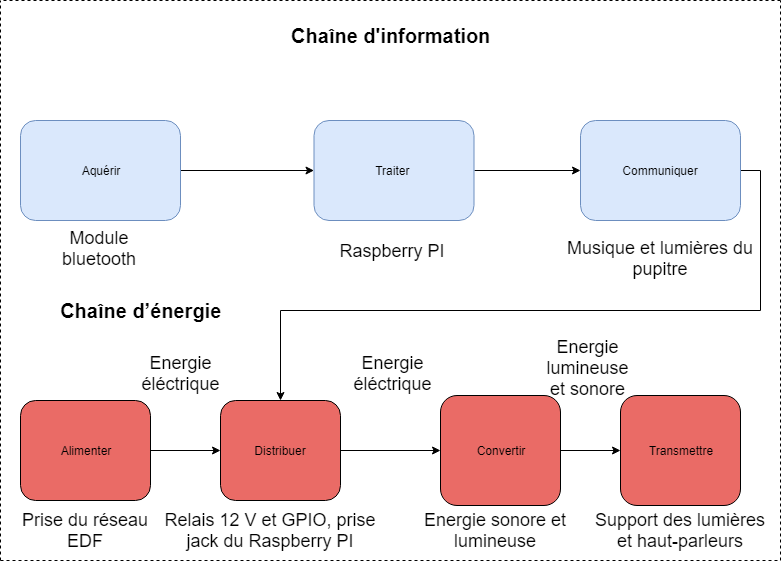
This is .gitbook/assets/chaine-info-energie.png from Reachip/pupitre-docs, a draw.io export, as it was before one commit. Source tidied: cells renumbered, new cells last; positions are measured from the earlier drawing's top-left corner, leaving out a move shared by most shapes. Source of this version:
```xml
<mxGraphModel>
  <root>
    <mxCell id="0" />
    <mxCell id="1" parent="0" />
    <mxCell id="2" style="edgeStyle=orthogonalEdgeStyle;rounded=0;html=1;exitX=1;exitY=0.5;exitDx=0;exitDy=0;jettySize=auto;" parent="1" edge="1" source="3" target="7">
      <mxGeometry relative="1" as="geometry" />
    </mxCell>
    <mxCell id="3" value="Traiter&amp;nbsp;" style="rounded=1;whiteSpace=wrap;html=1;fillColor=#dae8fc;strokeColor=#6c8ebf;" parent="1" vertex="1">
      <mxGeometry x="313.5" y="120" width="160" height="100" as="geometry" />
    </mxCell>
    <mxCell id="4" style="edgeStyle=orthogonalEdgeStyle;rounded=0;html=1;exitX=1;exitY=0.5;exitDx=0;exitDy=0;jettySize=auto;" parent="1" edge="1" source="5" target="3">
      <mxGeometry relative="1" as="geometry" />
    </mxCell>
    <mxCell id="5" value="Aquérir" style="rounded=1;whiteSpace=wrap;html=1;fillColor=#dae8fc;strokeColor=#6c8ebf;" parent="1" vertex="1">
      <mxGeometry x="20" y="120" width="160" height="100" as="geometry" />
    </mxCell>
    <mxCell id="6" style="edgeStyle=orthogonalEdgeStyle;rounded=0;html=1;exitX=1;exitY=0.5;exitDx=0;exitDy=0;entryX=0.5;entryY=0;entryDx=0;entryDy=0;jettySize=auto;" parent="1" edge="1" source="7" target="18">
      <mxGeometry relative="1" as="geometry" />
    </mxCell>
    <mxCell id="7" value="Communiquer" style="rounded=1;whiteSpace=wrap;html=1;fillColor=#dae8fc;strokeColor=#6c8ebf;" parent="1" vertex="1">
      <mxGeometry x="580" y="120" width="160" height="100" as="geometry" />
    </mxCell>
    <mxCell id="8" value="&lt;font style=&quot;font-size: 20px&quot;&gt;&lt;b&gt;Chaîne d'information&amp;nbsp;&lt;/b&gt;&lt;/font&gt;" style="text;html=1;strokeColor=none;fillColor=none;align=center;verticalAlign=middle;whiteSpace=wrap;rounded=0;" parent="1" vertex="1">
      <mxGeometry x="270" width="247" height="70" as="geometry" />
    </mxCell>
    <mxCell id="9" value="&lt;font style=&quot;font-size: 18px&quot;&gt;Module bluetooth&lt;/font&gt;" style="text;html=1;strokeColor=none;fillColor=none;align=center;verticalAlign=middle;whiteSpace=wrap;rounded=0;" parent="1" vertex="1">
      <mxGeometry x="34" y="237.5" width="130" height="20" as="geometry" />
    </mxCell>
    <mxCell id="10" value="&lt;font style=&quot;font-size: 18px&quot;&gt;&amp;nbsp;Raspberry PI&lt;/font&gt;" style="text;html=1;strokeColor=none;fillColor=none;align=center;verticalAlign=middle;whiteSpace=wrap;rounded=0;" parent="1" vertex="1">
      <mxGeometry x="329" y="230" width="121" height="40" as="geometry" />
    </mxCell>
    <mxCell id="11" value="&lt;font style=&quot;font-size: 18px&quot;&gt;Musique et lumières du pupitre&lt;/font&gt;" style="text;html=1;strokeColor=none;fillColor=none;align=center;verticalAlign=middle;whiteSpace=wrap;rounded=0;" parent="1" vertex="1">
      <mxGeometry x="555" y="222.5" width="210" height="70" as="geometry" />
    </mxCell>
    <mxCell id="12" style="endArrow=none;dashed=1;html=1;" parent="1" edge="1">
      <mxGeometry relative="1" as="geometry">
        <mxPoint y="560" as="sourcePoint" />
        <mxPoint as="targetPoint" />
      </mxGeometry>
    </mxCell>
    <mxCell id="13" style="endArrow=none;dashed=1;html=1;" parent="1" edge="1">
      <mxGeometry relative="1" as="geometry">
        <mxPoint x="780" y="560" as="sourcePoint" />
        <mxPoint x="780" as="targetPoint" />
      </mxGeometry>
    </mxCell>
    <mxCell id="14" style="endArrow=none;dashed=1;html=1;" parent="1" edge="1">
      <mxGeometry relative="1" as="geometry">
        <mxPoint x="780" as="sourcePoint" />
        <mxPoint as="targetPoint" />
      </mxGeometry>
    </mxCell>
    <mxCell id="15" style="edgeStyle=orthogonalEdgeStyle;rounded=0;html=1;exitX=1;exitY=0.5;exitDx=0;exitDy=0;jettySize=auto;" parent="1" edge="1" source="16" target="18">
      <mxGeometry relative="1" as="geometry" />
    </mxCell>
    <mxCell id="16" value="Alimenter" style="rounded=1;whiteSpace=wrap;html=1;fillColor=#EA6B66;" parent="1" vertex="1">
      <mxGeometry x="20" y="400" width="130" height="100" as="geometry" />
    </mxCell>
    <mxCell id="17" style="edgeStyle=orthogonalEdgeStyle;rounded=0;html=1;exitX=1;exitY=0.5;exitDx=0;exitDy=0;entryX=0;entryY=0.5;entryDx=0;entryDy=0;jettySize=auto;" parent="1" edge="1" source="18" target="20">
      <mxGeometry relative="1" as="geometry" />
    </mxCell>
    <mxCell id="18" value="Distribuer" style="rounded=1;whiteSpace=wrap;html=1;fillColor=#EA6B66;" parent="1" vertex="1">
      <mxGeometry x="220" y="400" width="120" height="100" as="geometry" />
    </mxCell>
    <mxCell id="19" style="edgeStyle=orthogonalEdgeStyle;rounded=0;html=1;exitX=1;exitY=0.5;exitDx=0;exitDy=0;entryX=0;entryY=0.5;entryDx=0;entryDy=0;jettySize=auto;" parent="1" edge="1" source="20" target="21">
      <mxGeometry relative="1" as="geometry" />
    </mxCell>
    <mxCell id="20" value="Convertir" style="rounded=1;whiteSpace=wrap;html=1;fillColor=#EA6B66;" parent="1" vertex="1">
      <mxGeometry x="440" y="395" width="120" height="110" as="geometry" />
    </mxCell>
    <mxCell id="21" value="Transmettre" style="rounded=1;whiteSpace=wrap;html=1;fillColor=#EA6B66;" parent="1" vertex="1">
      <mxGeometry x="620" y="395" width="120" height="110" as="geometry" />
    </mxCell>
    <mxCell id="22" value="&lt;font style=&quot;font-size: 18px&quot;&gt;Energie éléctrique&lt;/font&gt;" style="text;html=1;strokeColor=none;fillColor=none;align=center;verticalAlign=middle;whiteSpace=wrap;rounded=0;" parent="1" vertex="1">
      <mxGeometry x="132.5" y="345" width="95" height="55" as="geometry" />
    </mxCell>
    <mxCell id="23" value="&lt;font style=&quot;font-size: 18px&quot;&gt;Energie éléctrique&lt;/font&gt;" style="text;html=1;strokeColor=none;fillColor=none;align=center;verticalAlign=middle;whiteSpace=wrap;rounded=0;" parent="1" vertex="1">
      <mxGeometry x="345" y="345" width="95" height="55" as="geometry" />
    </mxCell>
    <mxCell id="24" value="&lt;font style=&quot;font-size: 18px&quot;&gt;Energie lumineuse et sonore&lt;/font&gt;" style="text;html=1;strokeColor=none;fillColor=none;align=center;verticalAlign=middle;whiteSpace=wrap;rounded=0;" parent="1" vertex="1">
      <mxGeometry x="540" y="340" width="95" height="55" as="geometry" />
    </mxCell>
    <mxCell id="25" style="endArrow=none;dashed=1;html=1;" parent="1" edge="1">
      <mxGeometry relative="1" as="geometry">
        <mxPoint y="560" as="sourcePoint" />
        <mxPoint x="780" y="560" as="targetPoint" />
      </mxGeometry>
    </mxCell>
    <mxCell id="26" value="&lt;font style=&quot;font-size: 18px&quot;&gt;Prise du réseau EDF&lt;/font&gt;" style="text;html=1;strokeColor=none;fillColor=none;align=center;verticalAlign=middle;whiteSpace=wrap;rounded=0;" parent="1" vertex="1">
      <mxGeometry x="15" y="510" width="140" height="40" as="geometry" />
    </mxCell>
    <mxCell id="27" value="&lt;font style=&quot;font-size: 18px&quot;&gt;Relais 12 V et GPIO, prise jack du Raspberry PI&lt;/font&gt;" style="text;html=1;strokeColor=none;fillColor=none;align=center;verticalAlign=middle;whiteSpace=wrap;rounded=0;" parent="1" vertex="1">
      <mxGeometry x="160" y="510" width="220" height="40" as="geometry" />
    </mxCell>
    <mxCell id="28" value="&lt;font style=&quot;font-size: 18px&quot;&gt;Energie sonore et lumineuse&lt;/font&gt;" style="text;html=1;strokeColor=none;fillColor=none;align=center;verticalAlign=middle;whiteSpace=wrap;rounded=0;" parent="1" vertex="1">
      <mxGeometry x="420" y="510" width="150" height="40" as="geometry" />
    </mxCell>
    <mxCell id="29" value="&lt;font style=&quot;font-size: 18px&quot;&gt;Support des lumières et haut-parleurs&lt;/font&gt;" style="text;html=1;strokeColor=none;fillColor=none;align=center;verticalAlign=middle;whiteSpace=wrap;rounded=0;" parent="1" vertex="1">
      <mxGeometry x="590" y="510" width="180" height="40" as="geometry" />
    </mxCell>
    <mxCell id="30" value="&lt;font&gt;&lt;b style=&quot;font-size: 20px&quot;&gt;Chaîne &lt;/b&gt;&lt;span style=&quot;font-size: 20px&quot;&gt;&lt;b&gt;d’énergie&lt;/b&gt;&lt;/span&gt;&lt;b style=&quot;font-size: 20px&quot;&gt;&amp;nbsp;&lt;/b&gt;&lt;/font&gt;" style="text;html=1;strokeColor=none;fillColor=none;align=center;verticalAlign=middle;whiteSpace=wrap;rounded=0;" parent="1" vertex="1">
      <mxGeometry x="20" y="275" width="247" height="70" as="geometry" />
    </mxCell>
  </root>
</mxGraphModel>
```
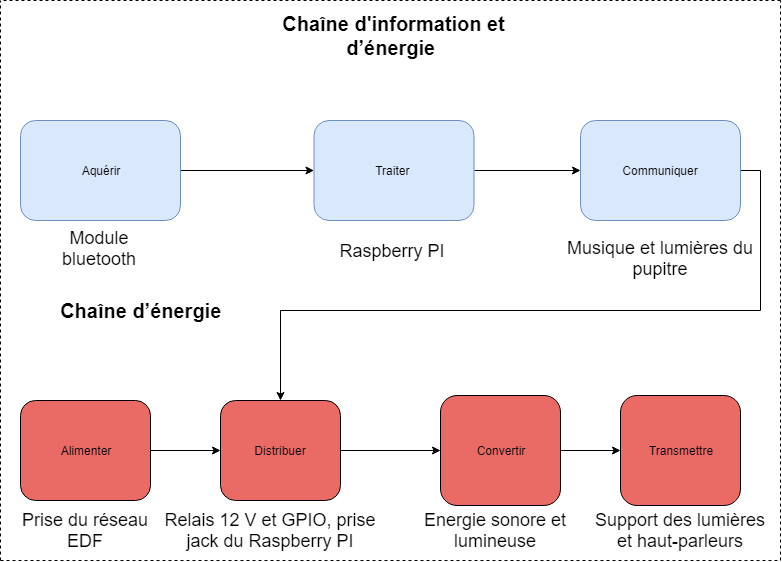
After the commit.

Commit message:
Revue de la chaîne d'info et d'energie

The edit, as a diff of the source:
```diff
@@ -20,7 +20,7 @@
     <mxCell id="7" value="Communiquer" style="rounded=1;whiteSpace=wrap;html=1;fillColor=#dae8fc;strokeColor=#6c8ebf;" parent="1" vertex="1">
       <mxGeometry x="580" y="120" width="160" height="100" as="geometry" />
     </mxCell>
-    <mxCell id="8" value="&lt;font style=&quot;font-size: 20px&quot;&gt;&lt;b&gt;Chaîne d'information&amp;nbsp;&lt;/b&gt;&lt;/font&gt;" style="text;html=1;strokeColor=none;fillColor=none;align=center;verticalAlign=middle;whiteSpace=wrap;rounded=0;" parent="1" vertex="1">
+    <mxCell id="8" value="&lt;font&gt;&lt;b style=&quot;font-size: 20px&quot;&gt;Chaîne d'information et &lt;/b&gt;&lt;span style=&quot;font-size: 20px&quot;&gt;&lt;b&gt;d’énergie&lt;/b&gt;&lt;/span&gt;&lt;b style=&quot;font-size: 20px&quot;&gt;&amp;nbsp;&lt;/b&gt;&lt;/font&gt;" style="text;html=1;strokeColor=none;fillColor=none;align=center;verticalAlign=middle;whiteSpace=wrap;rounded=0;" parent="1" vertex="1">
       <mxGeometry x="270" width="247" height="70" as="geometry" />
     </mxCell>
     <mxCell id="9" value="&lt;font style=&quot;font-size: 18px&quot;&gt;Module bluetooth&lt;/font&gt;" style="text;html=1;strokeColor=none;fillColor=none;align=center;verticalAlign=middle;whiteSpace=wrap;rounded=0;" parent="1" vertex="1">
@@ -71,15 +71,6 @@
     <mxCell id="21" value="Transmettre" style="rounded=1;whiteSpace=wrap;html=1;fillColor=#EA6B66;" parent="1" vertex="1">
       <mxGeometry x="620" y="395" width="120" height="110" as="geometry" />
     </mxCell>
-    <mxCell id="22" value="&lt;font style=&quot;font-size: 18px&quot;&gt;Energie éléctrique&lt;/font&gt;" style="text;html=1;strokeColor=none;fillColor=none;align=center;verticalAlign=middle;whiteSpace=wrap;rounded=0;" parent="1" vertex="1">
-      <mxGeometry x="132.5" y="345" width="95" height="55" as="geometry" />
-    </mxCell>
-    <mxCell id="23" value="&lt;font style=&quot;font-size: 18px&quot;&gt;Energie éléctrique&lt;/font&gt;" style="text;html=1;strokeColor=none;fillColor=none;align=center;verticalAlign=middle;whiteSpace=wrap;rounded=0;" parent="1" vertex="1">
-      <mxGeometry x="345" y="345" width="95" height="55" as="geometry" />
-    </mxCell>
-    <mxCell id="24" value="&lt;font style=&quot;font-size: 18px&quot;&gt;Energie lumineuse et sonore&lt;/font&gt;" style="text;html=1;strokeColor=none;fillColor=none;align=center;verticalAlign=middle;whiteSpace=wrap;rounded=0;" parent="1" vertex="1">
-      <mxGeometry x="540" y="340" width="95" height="55" as="geometry" />
-    </mxCell>
     <mxCell id="25" style="endArrow=none;dashed=1;html=1;" parent="1" edge="1">
       <mxGeometry relative="1" as="geometry">
         <mxPoint y="560" as="sourcePoint" />
```
